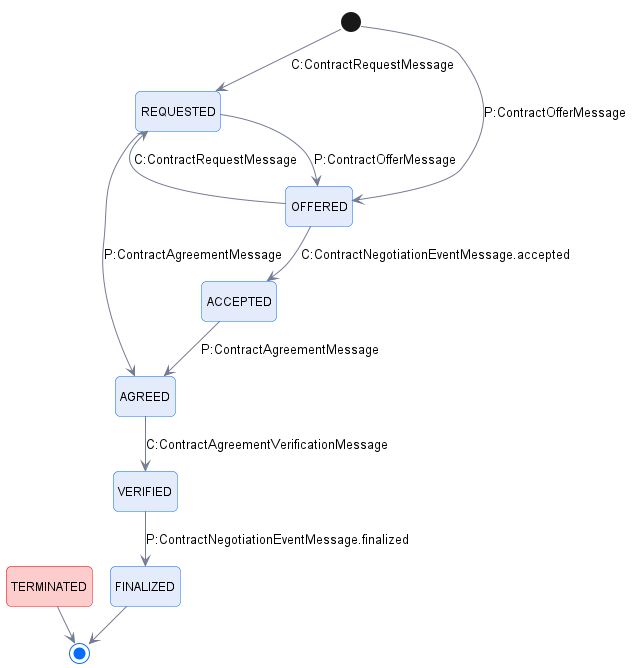
Before: negotiation/contract.negotiation.state.machine.png, a diagram exported from PlantUML (International-Data-Spaces-Association/ids-specification).
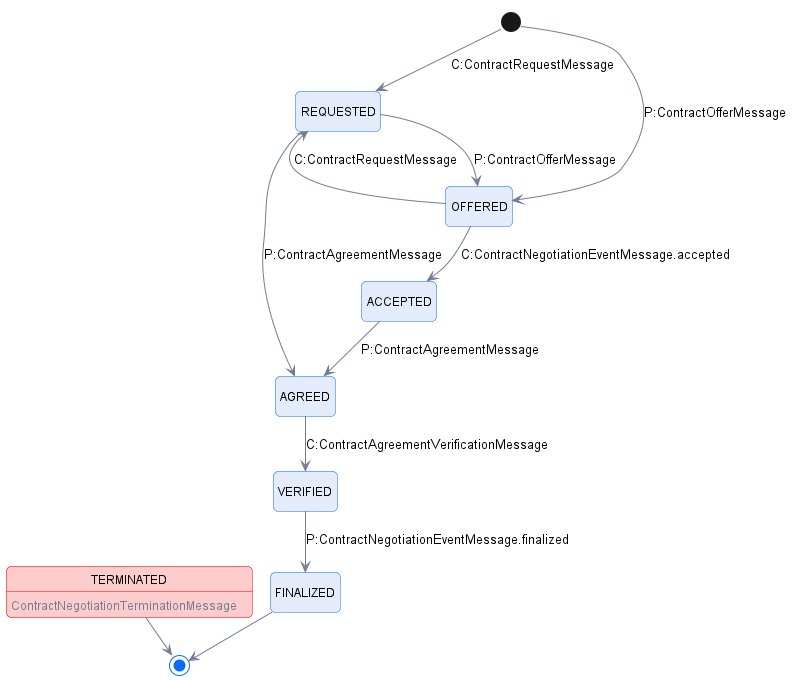
The same file after the commit.

Diff of the diagram source:
```diff
@@ -11,7 +11,7 @@
 state AGREED
 state VERIFIED
 state FINALIZED
-state TERMINATED $lightRed #$borderRed
+state TERMINATED $lightRed #$borderRed: <color:$darkGray>ContractNegotiationTerminationMessage
 
 [*] --> REQUESTED: C:ContractRequestMessage
 [*] --> OFFERED: P:ContractOfferMessage
```
